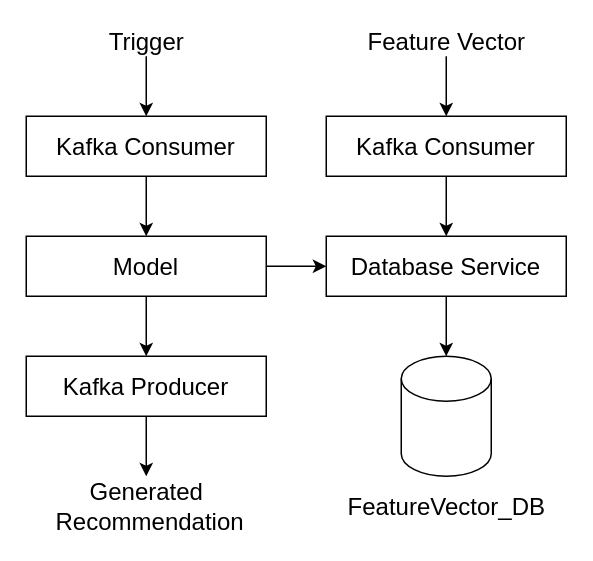
Before: page "Page-10" (10 of 18) of Diagrams/Demo_1old.drawio in subho-13/Card-Recommendation-System, a draw.io diagram. Source tidied: cells renumbered, new cells numbered last; positions are measured from the earlier drawing's top-left corner, leaving out a move shared by most shapes. Both pictures are drawn from the tidied source at 150%, with x=0, y=0 at pixel (26, 26).
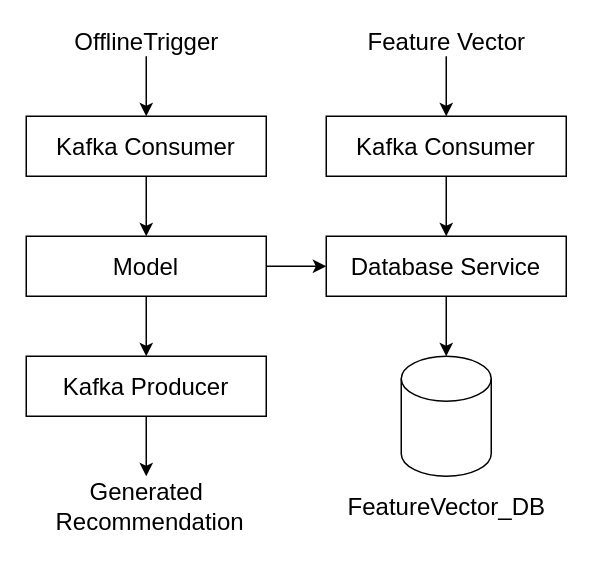
The same diagram, later.

Change to the diagram source:
```diff
@@
-    <mxCell id="14" value="Trigger" style="text;html=1;align=center;verticalAlign=middle;points=[];fontSize=16;fontFamily=Ubuntu;fontColor=#000000;" parent="1" vertex="1">
-      <mxGeometry x="45" width="70" height="20" as="geometry" />
+    <mxCell id="14" value="OfflineTrigger" style="text;html=1;align=center;verticalAlign=middle;points=[];fontSize=16;fontFamily=Ubuntu;fontColor=#000000;" parent="1" vertex="1">
+      <mxGeometry x="20" width="120" height="20" as="geometry" />
     </mxCell>
```
